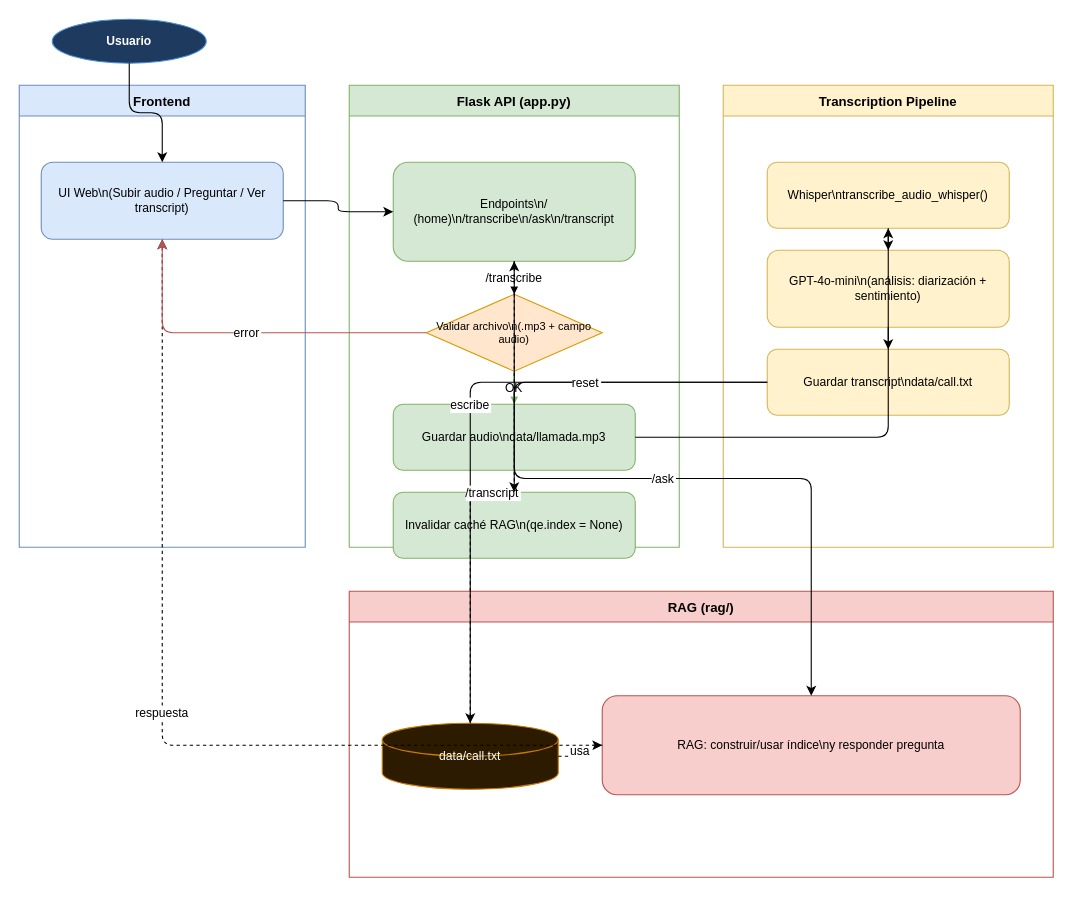
Above: docs/flowchart.drawio in jmunozc023/audio_bot_transcript (draw.io), before the change. Source tidied: cells renumbered, new cells numbered last; positions are measured from the earlier drawing's top-left corner, leaving out a move shared by most shapes. Both pictures are drawn from the tidied source at 110%, with x=0, y=0 at pixel (19, 19).
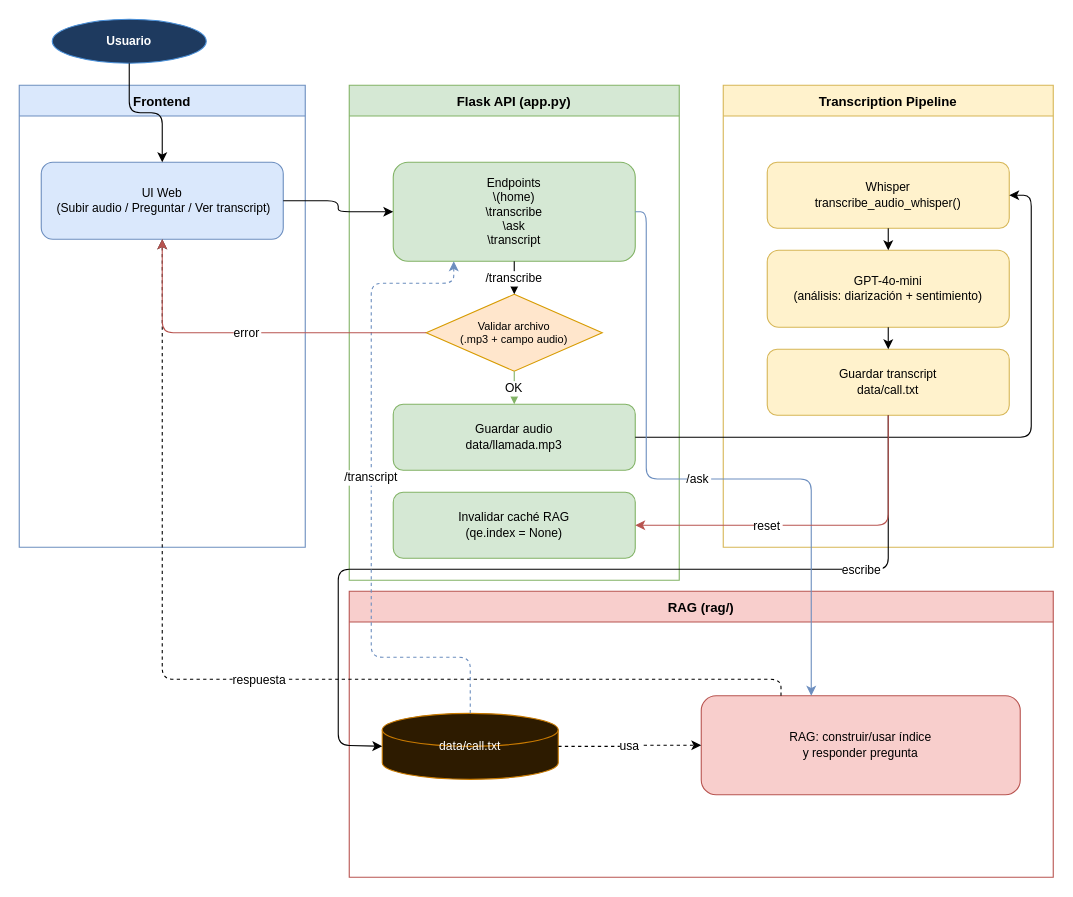
The same diagram, later.

The change refers to these unchanged cells:
```xml
<mxCell id="2" value="Frontend" style="swimlane;startSize=28;fillColor=#dae8fc;strokeColor=#6c8ebf;fontStyle=1;fontSize=12;" parent="1" vertex="1">
  <mxGeometry y="60" width="260" height="420" as="geometry" />
</mxCell>
```

Diff of the diagram source:
```diff
@@
+    <mxCell id="7" value="UI Web&lt;div&gt;&amp;nbsp;(Subir audio / Preguntar / Ver transcript)&lt;/div&gt;" style="rounded=1;whiteSpace=wrap;html=1;fillColor=#dae8fc;strokeColor=#6c8ebf;fontSize=11;" parent="2" vertex="1">
+      <mxGeometry x="20" y="70" width="220" height="70" as="geometry" />
+    </mxCell>
     <mxCell id="3" value="Flask API (app.py)" style="swimlane;startSize=28;fillColor=#d5e8d4;strokeColor=#82b366;fontStyle=1;fontSize=12;" parent="1" vertex="1">
-      <mxGeometry x="300" y="60" width="300" height="420" as="geometry" />
+      <mxGeometry x="300" y="60" width="300" height="450" as="geometry" />
     </mxCell>
-    <mxCell id="4" value="Transcription Pipeline" style="swimlane;startSize=28;fillColor=#fff2cc;strokeColor=#d6b656;fontStyle=1;fontSize=12;" parent="1" vertex="1">
-      <mxGeometry x="640" y="60" width="300" height="420" as="geometry" />
-    </mxCell>
-    <mxCell id="5" value="RAG (rag/)" style="swimlane;startSize=28;fillColor=#f8cecc;strokeColor=#b85450;fontStyle=1;fontSize=12;" parent="1" vertex="1">
-      <mxGeometry x="300" y="520" width="640" height="260" as="geometry" />
-    </mxCell>
-    <mxCell id="6" value="Usuario" style="ellipse;whiteSpace=wrap;html=1;fillColor=#1e3a5f;strokeColor=#4a90d9;fontColor=#ffffff;fontStyle=1;fontSize=11;" parent="1" vertex="1">
-      <mxGeometry x="30" width="140" height="40" as="geometry" />
-    </mxCell>
-    <mxCell id="7" value="UI Web\n(Subir audio / Preguntar / Ver transcript)" style="rounded=1;whiteSpace=wrap;html=1;fillColor=#dae8fc;strokeColor=#6c8ebf;fontSize=11;" parent="2" vertex="1">
-      <mxGeometry x="20" y="70" width="220" height="70" as="geometry" />
-    </mxCell>
-    <mxCell id="8" value="Endpoints\n/ (home)\n/transcribe\n/ask\n/transcript" style="rounded=1;whiteSpace=wrap;html=1;fillColor=#d5e8d4;strokeColor=#82b366;fontSize=11;" parent="3" vertex="1">
+    <mxCell id="8" value="Endpoints&lt;div&gt;\(home)&lt;/div&gt;&lt;div&gt;\transcribe&lt;/div&gt;&lt;div&gt;\ask&lt;/div&gt;&lt;div&gt;\transcript&lt;/div&gt;" style="rounded=1;whiteSpace=wrap;html=1;fillColor=#d5e8d4;strokeColor=#82b366;fontSize=11;" parent="3" vertex="1">
       <mxGeometry x="40" y="70" width="220" height="90" as="geometry" />
     </mxCell>
-    <mxCell id="9" value="Validar archivo\n(.mp3 + campo audio)" style="rhombus;whiteSpace=wrap;html=1;fillColor=#ffe6cc;strokeColor=#d79b00;fontSize=10;" parent="3" vertex="1">
+    <mxCell id="9" value="Validar archivo&lt;div&gt;(.mp3 + campo audio)&lt;/div&gt;" style="rhombus;whiteSpace=wrap;html=1;fillColor=#ffe6cc;strokeColor=#d79b00;fontSize=10;" parent="3" vertex="1">
       <mxGeometry x="70" y="190" width="160" height="70" as="geometry" />
     </mxCell>
-    <mxCell id="10" value="Guardar audio\ndata/llamada.mp3" style="rounded=1;whiteSpace=wrap;html=1;fillColor=#d5e8d4;strokeColor=#82b366;fontSize=11;" parent="3" vertex="1">
+    <mxCell id="10" value="Guardar audio&lt;div&gt;data/llamada.mp3&lt;/div&gt;" style="rounded=1;whiteSpace=wrap;html=1;fillColor=#d5e8d4;strokeColor=#82b366;fontSize=11;" parent="3" vertex="1">
       <mxGeometry x="40" y="290" width="220" height="60" as="geometry" />
     </mxCell>
-    <mxCell id="11" value="Invalidar caché RAG\n(qe.index = None)" style="rounded=1;whiteSpace=wrap;html=1;fillColor=#d5e8d4;strokeColor=#82b366;fontSize=11;" parent="3" vertex="1">
+    <mxCell id="11" value="Invalidar caché RAG&lt;div&gt;(qe.index = None)&lt;/div&gt;" style="rounded=1;whiteSpace=wrap;html=1;fillColor=#d5e8d4;strokeColor=#82b366;fontSize=11;" parent="3" vertex="1">
       <mxGeometry x="40" y="370" width="220" height="60" as="geometry" />
     </mxCell>
+    <mxCell id="4" value="Transcription Pipeline" style="swimlane;startSize=28;fillColor=#fff2cc;strokeColor=#d6b656;fontStyle=1;fontSize=12;" parent="1" vertex="1">
+      <mxGeometry x="640" y="60" width="300" height="420" as="geometry" />
+    </mxCell>
-    <mxCell id="12" value="Whisper\ntranscribe_audio_whisper()" style="rounded=1;whiteSpace=wrap;html=1;fillColor=#fff2cc;strokeColor=#d6b656;fontSize=11;" parent="4" vertex="1">
+    <mxCell id="12" value="Whisper&lt;div&gt;transcribe_audio_whisper()&lt;/div&gt;" style="rounded=1;whiteSpace=wrap;html=1;fillColor=#fff2cc;strokeColor=#d6b656;fontSize=11;" parent="4" vertex="1">
       <mxGeometry x="40" y="70" width="220" height="60" as="geometry" />
     </mxCell>
-    <mxCell id="13" value="GPT-4o-mini\n(análisis: diarización + sentimiento)" style="rounded=1;whiteSpace=wrap;html=1;fillColor=#fff2cc;strokeColor=#d6b656;fontSize=11;" parent="4" vertex="1">
+    <mxCell id="13" value="GPT-4o-mini&lt;div&gt;(análisis: diarización + sentimiento)&lt;/div&gt;" style="rounded=1;whiteSpace=wrap;html=1;fillColor=#fff2cc;strokeColor=#d6b656;fontSize=11;" parent="4" vertex="1">
       <mxGeometry x="40" y="150" width="220" height="70" as="geometry" />
     </mxCell>
-    <mxCell id="14" value="Guardar transcript\ndata/call.txt" style="rounded=1;whiteSpace=wrap;html=1;fillColor=#fff2cc;strokeColor=#d6b656;fontSize=11;" parent="4" vertex="1">
+    <mxCell id="14" value="Guardar transcript&lt;div&gt;data/call.txt&lt;/div&gt;" style="rounded=1;whiteSpace=wrap;html=1;fillColor=#fff2cc;strokeColor=#d6b656;fontSize=11;" parent="4" vertex="1">
       <mxGeometry x="40" y="240" width="220" height="60" as="geometry" />
     </mxCell>
+    <mxCell id="5" value="RAG (rag/)" style="swimlane;startSize=28;fillColor=#f8cecc;strokeColor=#b85450;fontStyle=1;fontSize=12;" parent="1" vertex="1">
+      <mxGeometry x="300" y="520" width="640" height="260" as="geometry" />
+    </mxCell>
     <mxCell id="15" value="data/call.txt" style="shape=cylinder3;whiteSpace=wrap;html=1;fillColor=#2d1b00;strokeColor=#c97a00;fontColor=#ffffff;fontSize=11;" parent="5" vertex="1">
-      <mxGeometry x="30" y="120" width="160" height="60" as="geometry" />
+      <mxGeometry x="30" y="111" width="160" height="60" as="geometry" />
     </mxCell>
-    <mxCell id="16" value="RAG: construir/usar índice\ny responder pregunta" style="rounded=1;whiteSpace=wrap;html=1;fillColor=#f8cecc;strokeColor=#b85450;fontSize=11;" parent="5" vertex="1">
-      <mxGeometry x="230" y="95" width="380" height="90" as="geometry" />
+    <mxCell id="16" value="RAG: construir/usar índice&lt;div&gt;y responder pregunta&lt;/div&gt;" style="rounded=1;whiteSpace=wrap;html=1;fillColor=#f8cecc;strokeColor=#b85450;fontSize=11;" parent="5" vertex="1">
+      <mxGeometry x="320" y="95" width="290" height="90" as="geometry" />
     </mxCell>
+    <mxCell id="6" value="Usuario" style="ellipse;whiteSpace=wrap;html=1;fillColor=#1e3a5f;strokeColor=#4a90d9;fontColor=#ffffff;fontStyle=1;fontSize=11;" parent="1" vertex="1">
+      <mxGeometry x="30" width="140" height="40" as="geometry" />
+    </mxCell>
@@
     <mxCell id="21" style="edgeStyle=orthogonalEdgeStyle;" parent="1" edge="1" source="10" target="12">
-      <mxGeometry relative="1" as="geometry" />
+      <mxGeometry relative="1" as="geometry">
+        <Array as="points">
+          <mxPoint x="920" y="380" />
+          <mxPoint x="920" y="160" />
+        </Array>
+      </mxGeometry>
     </mxCell>
@@
-    <mxCell id="24" value="escribe" style="edgeStyle=orthogonalEdgeStyle;" parent="1" edge="1" source="14" target="15">
-      <mxGeometry relative="1" as="geometry" />
+    <mxCell id="24" value="escribe" style="edgeStyle=orthogonalEdgeStyle;entryX=0;entryY=0.5;entryDx=0;entryDy=0;entryPerimeter=0;" parent="1" edge="1" source="14" target="15">
+      <mxGeometry x="-0.61" relative="1" as="geometry">
+        <Array as="points">
+          <mxPoint x="790" y="500" />
+          <mxPoint x="290" y="500" />
+          <mxPoint x="290" y="660" />
+          <mxPoint x="330" y="660" />
+        </Array>
+      </mxGeometry>
     </mxCell>
-    <mxCell id="25" value="/ask" style="edgeStyle=orthogonalEdgeStyle;" parent="1" edge="1" source="8" target="16">
-      <mxGeometry relative="1" as="geometry" />
+    <mxCell id="25" value="/ask" style="edgeStyle=orthogonalEdgeStyle;fillColor=#dae8fc;strokeColor=#6c8ebf;" parent="1" edge="1" source="8" target="16">
+      <mxGeometry relative="1" as="geometry">
+        <Array as="points">
+          <mxPoint x="570" y="175" />
+          <mxPoint x="570" y="418" />
+          <mxPoint x="720" y="418" />
+        </Array>
+      </mxGeometry>
     </mxCell>
@@
-    <mxCell id="27" value="respuesta" style="edgeStyle=orthogonalEdgeStyle;dashed=1;" parent="1" edge="1" source="16" target="7">
-      <mxGeometry relative="1" as="geometry" />
+    <mxCell id="27" value="respuesta" style="edgeStyle=orthogonalEdgeStyle;dashed=1;exitX=0.25;exitY=0;exitDx=0;exitDy=0;" parent="1" edge="1" source="16" target="7">
+      <mxGeometry relative="1" as="geometry">
+        <Array as="points">
+          <mxPoint x="693" y="600" />
+          <mxPoint x="130" y="600" />
+        </Array>
+      </mxGeometry>
     </mxCell>
-    <mxCell id="28" value="/transcript" style="edgeStyle=orthogonalEdgeStyle;dashed=1;" parent="1" edge="1" source="15" target="8">
-      <mxGeometry relative="1" as="geometry" />
+    <mxCell id="28" value="/transcript" style="edgeStyle=orthogonalEdgeStyle;dashed=1;entryX=0.25;entryY=1;entryDx=0;entryDy=0;exitX=0.5;exitY=0;exitDx=0;exitDy=0;exitPerimeter=0;fillColor=#dae8fc;strokeColor=#6c8ebf;" parent="1" edge="1" source="15" target="8">
+      <mxGeometry x="0.06" relative="1" as="geometry">
+        <Array as="points">
+          <mxPoint x="410" y="580" />
+          <mxPoint x="320" y="580" />
+          <mxPoint x="320" y="240" />
+          <mxPoint x="395" y="240" />
+        </Array>
+      </mxGeometry>
     </mxCell>
@@
-    <mxCell id="30" value="reset" style="edgeStyle=orthogonalEdgeStyle;" parent="1" edge="1" source="14" target="11">
-      <mxGeometry relative="1" as="geometry" />
+    <mxCell id="30" value="reset" style="edgeStyle=orthogonalEdgeStyle;entryX=1;entryY=0.5;entryDx=0;entryDy=0;fillColor=#f8cecc;strokeColor=#b85450;" parent="1" edge="1" source="14" target="11">
+      <mxGeometry x="0.27" relative="1" as="geometry">
+        <Array as="points">
+          <mxPoint x="790" y="460" />
+        </Array>
+      </mxGeometry>
     </mxCell>
```
